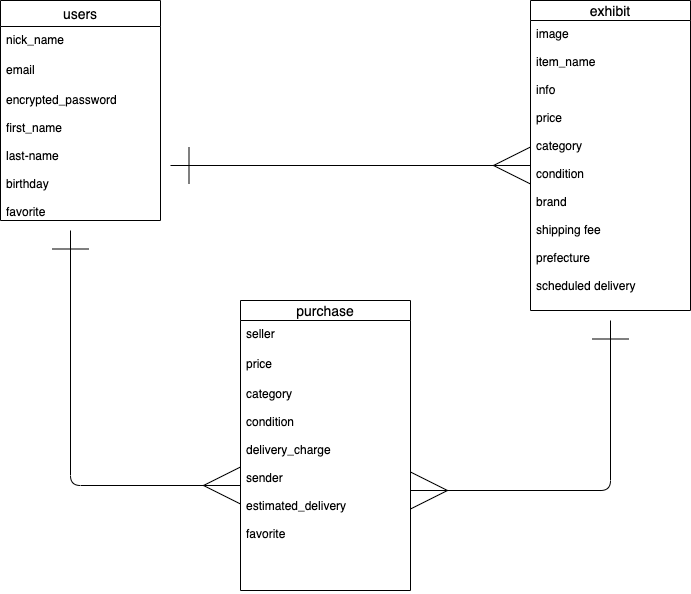
The draw.io diagram test.png in shiotanishi/furima-39526, before a commit. Source tidied: cells renumbered, new cells last; positions are measured from the earlier drawing's top-left corner, leaving out a move shared by most shapes. The source it was exported from:
```xml
<mxGraphModel>
  <root>
    <mxCell id="0" />
    <mxCell id="1" parent="0" />
    <mxCell id="2" value="users" style="swimlane;fontStyle=0;horizontal=1;startSize=26;align=center;fontSize=14;" parent="1" vertex="1">
      <mxGeometry width="160" height="220" as="geometry" />
    </mxCell>
    <mxCell id="3" value="nick_name" style="text;strokeColor=none;fillColor=none;spacingLeft=4;spacingRight=4;overflow=hidden;fontSize=12;" parent="2" vertex="1">
      <mxGeometry y="26" width="160" height="30" as="geometry" />
    </mxCell>
    <mxCell id="4" value="email" style="text;strokeColor=none;fillColor=none;spacingLeft=4;spacingRight=4;overflow=hidden;fontSize=12;" parent="2" vertex="1">
      <mxGeometry y="56" width="160" height="30" as="geometry" />
    </mxCell>
    <mxCell id="5" value="encrypted_password&#10;&#10;first_name&#10;&#10;last-name&#10;&#10;birthday&#10;&#10;favorite&#10;&#10;&#10;&#10;&#10;" style="text;strokeColor=none;fillColor=none;spacingLeft=4;spacingRight=4;overflow=hidden;fontSize=12;" parent="2" vertex="1">
      <mxGeometry y="86" width="160" height="134" as="geometry" />
    </mxCell>
    <mxCell id="6" value="exhibit" style="swimlane;fontStyle=0;horizontal=1;startSize=20;align=center;fontSize=14;" parent="1" vertex="1">
      <mxGeometry x="530" width="160" height="310" as="geometry" />
    </mxCell>
    <mxCell id="7" value="image&#10;&#10;item_name&#10;&#10;info&#10;&#10;price&#10;&#10;category&#10;&#10;condition&#10;&#10;brand&#10;&#10;shipping fee&#10;&#10;prefecture&#10;&#10;scheduled delivery" style="text;strokeColor=none;fillColor=none;spacingLeft=4;spacingRight=4;overflow=hidden;points=[[0,0.5],[1,0.5]];portConstraint=eastwest;fontSize=12;" parent="6" vertex="1">
      <mxGeometry y="20" width="160" height="290" as="geometry" />
    </mxCell>
    <mxCell id="8" value="purchase" style="swimlane;fontStyle=0;horizontal=1;startSize=20;align=center;fontSize=14;" parent="1" vertex="1">
      <mxGeometry x="240" y="300" width="170" height="290" as="geometry" />
    </mxCell>
    <mxCell id="9" value="seller" style="text;strokeColor=none;fillColor=none;spacingLeft=4;spacingRight=4;overflow=hidden;fontSize=12;" parent="8" vertex="1">
      <mxGeometry y="20" width="170" height="30" as="geometry" />
    </mxCell>
    <mxCell id="10" value="price" style="text;strokeColor=none;fillColor=none;spacingLeft=4;spacingRight=4;overflow=hidden;fontSize=12;" parent="8" vertex="1">
      <mxGeometry y="50" width="170" height="30" as="geometry" />
    </mxCell>
    <mxCell id="11" value="category&#10;&#10;condition&#10;&#10;delivery_charge&#10;&#10;sender&#10;&#10;estimated_delivery&#10;&#10;favorite" style="text;strokeColor=none;fillColor=none;spacingLeft=4;spacingRight=4;overflow=hidden;points=[[0,0.5],[1,0.5]];portConstraint=eastwest;fontSize=12;" parent="8" vertex="1">
      <mxGeometry y="80" width="170" height="210" as="geometry" />
    </mxCell>
    <mxCell id="12" style="rounded=1;html=1;endArrow=ERone;endFill=0;startArrow=ERmany;startFill=0;edgeStyle=orthogonalEdgeStyle;endSize=35;startSize=35;" parent="1" edge="1" source="11">
      <mxGeometry relative="1" as="geometry">
        <mxPoint x="70" y="230" as="targetPoint" />
      </mxGeometry>
    </mxCell>
    <mxCell id="13" style="edgeStyle=orthogonalEdgeStyle;rounded=1;html=1;startArrow=ERmany;startFill=0;endArrow=ERone;endFill=0;startSize=35;endSize=35;" parent="1" edge="1" source="11">
      <mxGeometry relative="1" as="geometry">
        <mxPoint x="610" y="320" as="targetPoint" />
        <Array as="points">
          <mxPoint x="610" y="490" />
        </Array>
      </mxGeometry>
    </mxCell>
    <mxCell id="14" style="edgeStyle=orthogonalEdgeStyle;rounded=1;html=1;exitX=0;exitY=0.5;exitDx=0;exitDy=0;startArrow=ERmany;startFill=0;endArrow=ERone;endFill=0;startSize=35;endSize=35;" parent="1" edge="1" source="7">
      <mxGeometry relative="1" as="geometry">
        <mxPoint x="170" y="165" as="targetPoint" />
      </mxGeometry>
    </mxCell>
  </root>
</mxGraphModel>
```
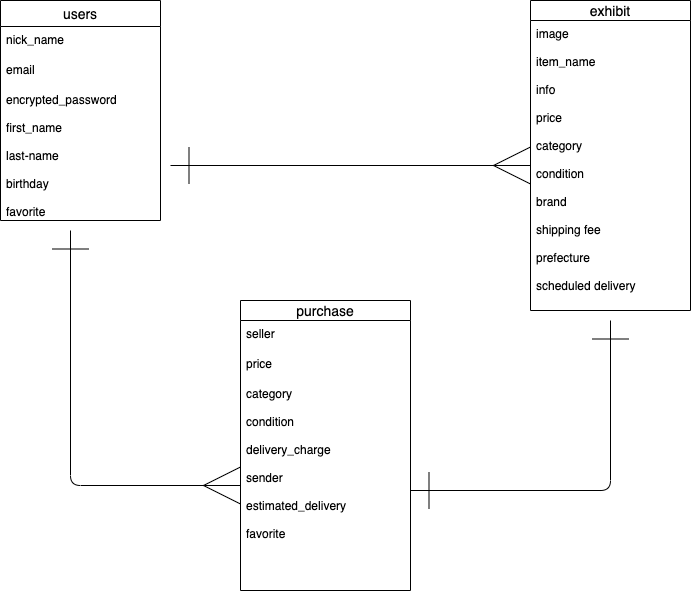
Later version of the same file.

The edit, as a diff of the source:
```diff
@@ -37,7 +37,7 @@
         <mxPoint x="70" y="230" as="targetPoint" />
       </mxGeometry>
     </mxCell>
-    <mxCell id="13" style="edgeStyle=orthogonalEdgeStyle;rounded=1;html=1;startArrow=ERmany;startFill=0;endArrow=ERone;endFill=0;startSize=35;endSize=35;" parent="1" edge="1" source="11">
+    <mxCell id="13" style="edgeStyle=orthogonalEdgeStyle;rounded=1;html=1;startArrow=ERone;startFill=0;endArrow=ERone;endFill=0;startSize=35;endSize=35;" parent="1" edge="1" source="11">
       <mxGeometry relative="1" as="geometry">
         <mxPoint x="610" y="320" as="targetPoint" />
         <Array as="points">
```
